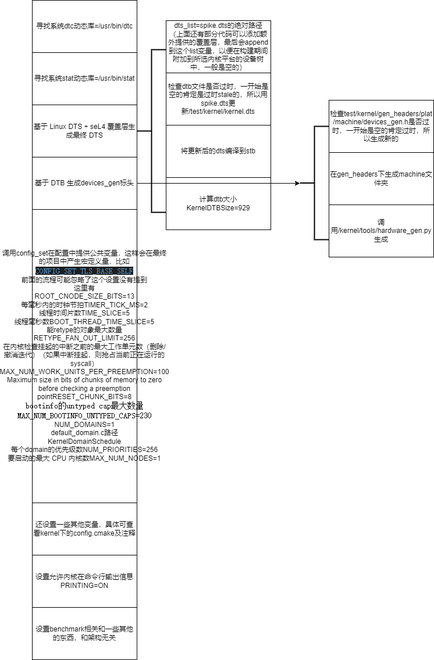
Earlier version of the draw.io export images/03.29/cmake2.png (tyyteam/seL4-oscompProblemSolutions). Source tidied: cells renumbered, new cells last; positions are measured from the earlier drawing's top-left corner, leaving out a move shared by most shapes.
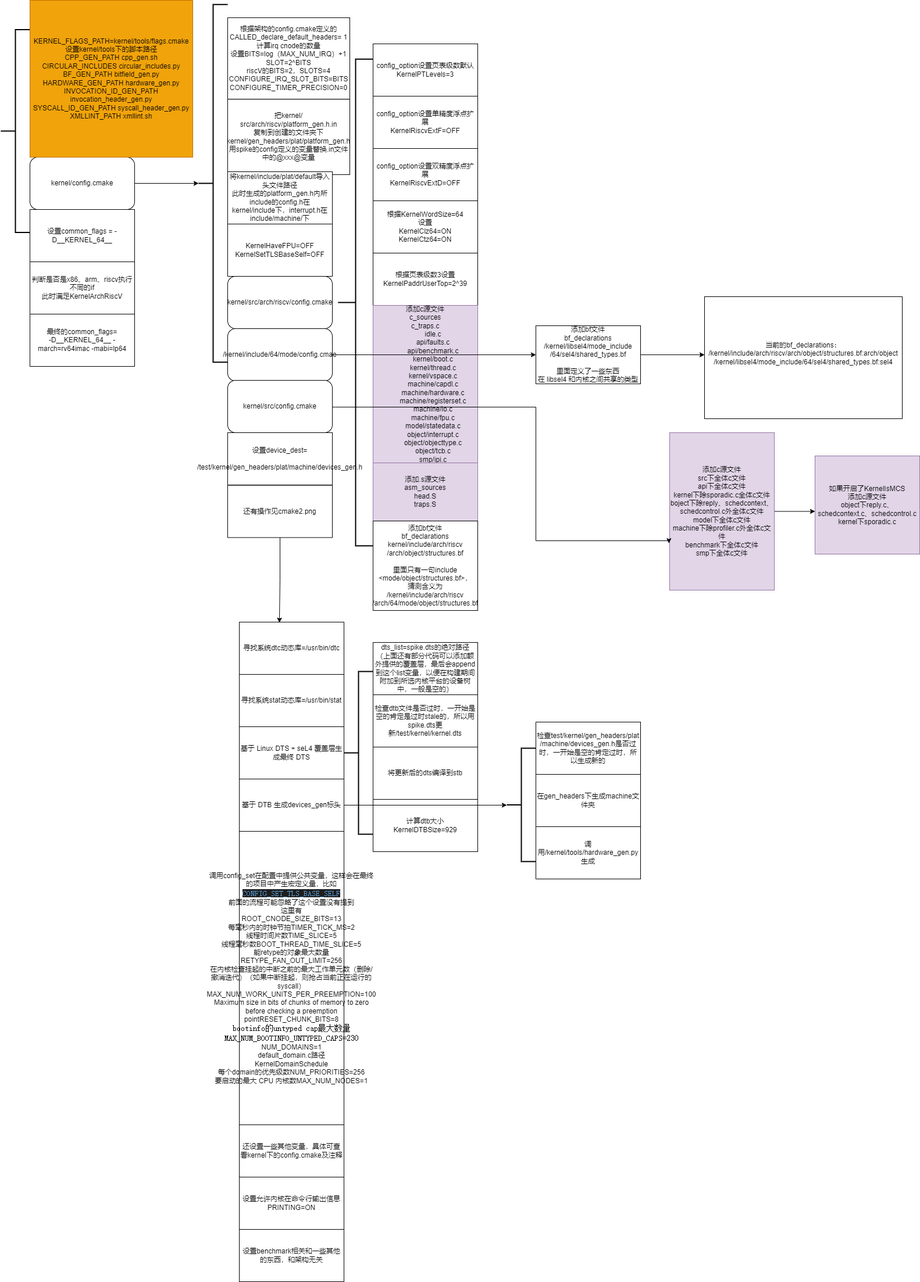
Later version of the same file.

Change to the diagram source:
```diff
@@ -58,5 +58,127 @@
     <mxCell id="19" value="设置benchmark相关和一些其他的东西，和架构无关" style="rounded=0;whiteSpace=wrap;html=1;" parent="1" vertex="1">
       <mxGeometry y="1045" width="180" height="90" as="geometry" />
     </mxCell>
+    <mxCell id="20" style="strokeWidth=2;html=1;shape=mxgraph.flowchart.annotation_2;align=left;labelPosition=right;" parent="1" vertex="1">
+      <mxGeometry x="-410" y="-1019.5" width="50" height="349" as="geometry" />
+    </mxCell>
+    <mxCell id="21" value="KERNEL_FLAGS_PATH=kernel/tools/flags.cmake&lt;br&gt;&lt;div&gt;设置kernel/tools下的脚本路径&lt;/div&gt;&lt;div&gt;CPP_GEN_PATH cpp_gen.sh&lt;/div&gt;&lt;div&gt;CIRCULAR_INCLUDES circular_includes.py&lt;/div&gt;&lt;div&gt;BF_GEN_PATH bitfield_gen.py&lt;/div&gt;&lt;div&gt;HARDWARE_GEN_PATH hardware_gen.py&lt;/div&gt;&lt;div&gt;INVOCATION_ID_GEN_PATH invocation_header_gen.py&lt;/div&gt;&lt;div&gt;SYSCALL_ID_GEN_PATH syscall_header_gen.py&lt;/div&gt;&lt;div&gt;XMLLINT_PATH xmllint.sh&lt;/div&gt;" style="rounded=0;whiteSpace=wrap;html=1;fillColor=#f0a30a;fontColor=#000000;strokeColor=#BD7000;" parent="1" vertex="1">
+      <mxGeometry x="-360" y="-1070" width="280" height="270" as="geometry" />
+    </mxCell>
+    <mxCell id="22" style="edgeStyle=orthogonalEdgeStyle;rounded=0;jettySize=auto;html=1;" parent="1" edge="1" source="23">
+      <mxGeometry relative="1" as="geometry">
+        <mxPoint x="-70" y="-755" as="targetPoint" />
+      </mxGeometry>
+    </mxCell>
+    <mxCell id="23" value="kernel/config.cmake" style="rounded=1;whiteSpace=wrap;html=1;" parent="1" vertex="1">
+      <mxGeometry x="-360" y="-800" width="180" height="90" as="geometry" />
+    </mxCell>
+    <mxCell id="24" style="strokeWidth=2;html=1;shape=mxgraph.flowchart.annotation_2;align=left;labelPosition=right;" parent="1" vertex="1">
+      <mxGeometry x="-70" y="-1062.8" width="50" height="615.6" as="geometry" />
+    </mxCell>
+    <mxCell id="25" value="根据架构的config.cmake定义的&lt;br&gt;CALLED_declare_default_headers= 1&lt;br&gt;计算irq cnode的数量&lt;br&gt;设置BITS=log（MAX_NUM_IRQ）+1&lt;br&gt;SLOT=2^BITS&lt;br&gt;riscV的BITS=2，SLOTS=4&lt;br&gt;CONFIGURE_IRQ_SLOT_BITS=BITS&lt;br&gt;CONFIGURE_TIMER_PRECISION=0&lt;br&gt;" style="rounded=0;whiteSpace=wrap;html=1;" parent="1" vertex="1">
+      <mxGeometry x="-20" y="-1040" width="210" height="140" as="geometry" />
+    </mxCell>
+    <mxCell id="26" value="把kernel/&lt;br&gt;src/arch/riscv/platform_gen.h.in&lt;br&gt;复制到创建的文件夹下kernel/gen_headers/plat/platform_gen.h&lt;br&gt;用spike的config定义的变量替换.in文件中的@xxx@变量&lt;br&gt;" style="rounded=0;whiteSpace=wrap;html=1;" parent="1" vertex="1">
+      <mxGeometry x="-20" y="-899.8" width="210" height="129.8" as="geometry" />
+    </mxCell>
+    <mxCell id="27" value="将kernel/include/plat/default导入头文件路径&lt;br&gt;此时生成的platform_gen.h内所include的config.h在kernel/include下，interrupt.h在include/machine/下" style="rounded=0;whiteSpace=wrap;html=1;" parent="1" vertex="1">
+      <mxGeometry x="-20" y="-775" width="180" height="90" as="geometry" />
+    </mxCell>
+    <mxCell id="28" value="KernelHaveFPU=OFF&lt;br&gt;KernelSetTLSBaseSelf=OFF" style="rounded=0;whiteSpace=wrap;html=1;" parent="1" vertex="1">
+      <mxGeometry x="-20" y="-685" width="180" height="90" as="geometry" />
+    </mxCell>
+    <mxCell id="29" value="kernel/src/arch/riscv/config.cmake" style="rounded=1;whiteSpace=wrap;html=1;" parent="1" vertex="1">
+      <mxGeometry x="-20" y="-595" width="180" height="90" as="geometry" />
+    </mxCell>
+    <mxCell id="30" style="strokeWidth=2;html=1;shape=mxgraph.flowchart.annotation_2;align=left;labelPosition=right;" parent="1" vertex="1">
+      <mxGeometry x="170" y="-968.8" width="60" height="837.5" as="geometry" />
+    </mxCell>
+    <mxCell id="31" value="config_option设置页表级数默认&lt;br&gt;KernelPTLevels=3" style="rounded=0;whiteSpace=wrap;html=1;" parent="1" vertex="1">
+      <mxGeometry x="230" y="-995" width="180" height="90" as="geometry" />
+    </mxCell>
+    <mxCell id="32" value="config_option设置单精度浮点扩展&lt;br&gt;KernelRiscvExtF=OFF" style="rounded=0;whiteSpace=wrap;html=1;" parent="1" vertex="1">
+      <mxGeometry x="230" y="-905" width="180" height="90" as="geometry" />
+    </mxCell>
+    <mxCell id="33" value="config_option设置双精度浮点扩展&lt;br&gt;KernelRiscvExtD=OFF" style="rounded=0;whiteSpace=wrap;html=1;" parent="1" vertex="1">
+      <mxGeometry x="230" y="-815" width="180" height="90" as="geometry" />
+    </mxCell>
+    <mxCell id="34" value="根据KernelWordSize=64&lt;br&gt;设置&lt;br&gt;KernelClz64=ON&lt;br&gt;KernelCtz64=ON" style="rounded=0;whiteSpace=wrap;html=1;" parent="1" vertex="1">
+      <mxGeometry x="230" y="-725" width="180" height="90" as="geometry" />
+    </mxCell>
+    <mxCell id="35" value="根据页表级数3设置&lt;br&gt;KernelPaddrUserTop=2^39" style="rounded=0;whiteSpace=wrap;html=1;" parent="1" vertex="1">
+      <mxGeometry x="230" y="-635" width="180" height="90" as="geometry" />
+    </mxCell>
+    <mxCell id="36" value="添加c源文件&lt;br&gt;c_sources&lt;br&gt;&lt;div&gt;&lt;span&gt;&#9;&lt;/span&gt;c_traps.c&lt;/div&gt;&lt;div&gt;&amp;nbsp; &amp;nbsp; &amp;nbsp; &amp;nbsp; idle.c&lt;/div&gt;&lt;div&gt;&amp;nbsp; &amp;nbsp; &amp;nbsp; &amp;nbsp; api/faults.c&lt;/div&gt;&lt;div&gt;&amp;nbsp; &amp;nbsp; &amp;nbsp; &amp;nbsp; api/benchmark.c&lt;/div&gt;&lt;div&gt;&amp;nbsp; &amp;nbsp; &amp;nbsp; &amp;nbsp; kernel/boot.c&lt;/div&gt;&lt;div&gt;&amp;nbsp; &amp;nbsp; &amp;nbsp; &amp;nbsp; kernel/thread.c&lt;/div&gt;&lt;div&gt;&amp;nbsp; &amp;nbsp; &amp;nbsp; &amp;nbsp; kernel/vspace.c&lt;/div&gt;&lt;div&gt;&amp;nbsp; &amp;nbsp; &amp;nbsp; &amp;nbsp; machine/capdl.c&lt;/div&gt;&lt;div&gt;&amp;nbsp; &amp;nbsp; &amp;nbsp; &amp;nbsp; machine/hardware.c&lt;/div&gt;&lt;div&gt;&amp;nbsp; &amp;nbsp; &amp;nbsp; &amp;nbsp; machine/registerset.c&lt;/div&gt;&lt;div&gt;&amp;nbsp; &amp;nbsp; &amp;nbsp; &amp;nbsp; machine/io.c&lt;/div&gt;&lt;div&gt;&amp;nbsp; &amp;nbsp; &amp;nbsp; &amp;nbsp; machine/fpu.c&lt;/div&gt;&lt;div&gt;&amp;nbsp; &amp;nbsp; &amp;nbsp; &amp;nbsp; model/statedata.c&lt;/div&gt;&lt;div&gt;&amp;nbsp; &amp;nbsp; &amp;nbsp; &amp;nbsp; object/interrupt.c&lt;/div&gt;&lt;div&gt;&amp;nbsp; &amp;nbsp; &amp;nbsp; &amp;nbsp; object/objecttype.c&lt;/div&gt;&lt;div&gt;&amp;nbsp; &amp;nbsp; &amp;nbsp; &amp;nbsp; object/tcb.c&lt;/div&gt;&lt;div&gt;&amp;nbsp; &amp;nbsp; &amp;nbsp; &amp;nbsp; smp/ipi.c&lt;/div&gt;" style="rounded=0;whiteSpace=wrap;html=1;fillColor=#e1d5e7;strokeColor=#9673a6;" parent="1" vertex="1">
+      <mxGeometry x="230" y="-545" width="180" height="271" as="geometry" />
+    </mxCell>
+    <mxCell id="37" value="添加.s源文件&lt;br&gt;asm_sources&lt;br&gt;head.S&lt;br&gt;traps.S" style="rounded=0;whiteSpace=wrap;html=1;fillColor=#e1d5e7;strokeColor=#9673a6;" parent="1" vertex="1">
+      <mxGeometry x="230" y="-274" width="180" height="100" as="geometry" />
+    </mxCell>
+    <mxCell id="38" value="添加bf文件&lt;br&gt;bf_declarations&lt;br&gt;kernel/include/arch/riscv&lt;br&gt;/arch/object/structures.bf&lt;br&gt;&lt;br&gt;里面只有一句include &amp;lt;mode/object/structures.bf&amp;gt;，&lt;br&gt;猜测含义为&lt;br&gt;/kernel/include/arch/riscv&lt;br&gt;/arch/64/mode/object/structures.bf" style="rounded=0;whiteSpace=wrap;html=1;" parent="1" vertex="1">
+      <mxGeometry x="230" y="-174" width="180" height="154" as="geometry" />
+    </mxCell>
+    <mxCell id="39" style="edgeStyle=orthogonalEdgeStyle;rounded=0;jettySize=auto;html=1;" parent="1" edge="1" source="40">
+      <mxGeometry relative="1" as="geometry">
+        <mxPoint x="510" y="-460" as="targetPoint" />
+      </mxGeometry>
+    </mxCell>
+    <mxCell id="40" value="/kernel/include/64/mode/config.cmae" style="rounded=1;whiteSpace=wrap;html=1;" parent="1" vertex="1">
+      <mxGeometry x="-20" y="-505" width="180" height="90" as="geometry" />
+    </mxCell>
+    <mxCell id="41" style="edgeStyle=orthogonalEdgeStyle;rounded=0;jettySize=auto;html=1;" parent="1" edge="1" source="42">
+      <mxGeometry relative="1" as="geometry">
+        <mxPoint x="800" y="-460" as="targetPoint" />
+      </mxGeometry>
+    </mxCell>
+    <mxCell id="42" value="添加bf文件&lt;br&gt;bf_declarations&lt;br&gt;/kernel/libsel4/mode_include&lt;br&gt;/64/sel4/shared_types.bf&lt;br&gt;&lt;br&gt;里面定义了一些东西&lt;br&gt;在 libsel4 和内核之间共享的类型" style="rounded=0;whiteSpace=wrap;html=1;" parent="1" vertex="1">
+      <mxGeometry x="510" y="-510" width="180" height="100" as="geometry" />
+    </mxCell>
+    <mxCell id="43" value="当前的&lt;span style=&quot;color: rgba(0 , 0 , 0 , 0) ; font-family: monospace ; font-size: 0px&quot;&gt;%3CmxGraphModel%3E%3Croot%3E%3CmxCell%20id%3D%220%22%2F%3E%3CmxCell%20id%3D%221%22%20parent%3D%220%22%2F%3E%3CmxCell%20id%3D%222%22%20value%3D%22%E6%B7%BB%E5%8A%A0bf%E6%96%87%E4%BB%B6%26lt%3Bbr%26gt%3Bbf_declarations%26lt%3Bbr%26gt%3B%2Fkernel%2Flibsel4%2Fmode_include%26lt%3Bbr%26gt%3B%2F64%2Fsel4%2Fshared_types.bf%22%20style%3D%22rounded%3D0%3BwhiteSpace%3Dwrap%3Bhtml%3D1%3B%22%20vertex%3D%221%22%20parent%3D%221%22%3E%3CmxGeometry%20x%3D%221690%22%20y%3D%221570%22%20width%3D%22180%22%20height%3D%22100%22%20as%3D%22geometry%22%2F%3E%3C%2FmxCell%3E%3C%2Froot%3E%3C%2FmxGraphModel%3E&lt;/span&gt;bf_declarations：&lt;br&gt;&lt;div&gt;/kernel/include/arch/riscv/arch/object/structures.bf:arch/object&lt;/div&gt;&lt;div&gt;&lt;span&gt;/kernel/libsel4/mode_include/64/sel4/shared_types.bf:sel4&lt;/span&gt;&lt;/div&gt;&lt;div&gt;&lt;br&gt;&lt;/div&gt;" style="rounded=0;whiteSpace=wrap;html=1;" parent="1" vertex="1">
+      <mxGeometry x="800" y="-560" width="340" height="210" as="geometry" />
+    </mxCell>
+    <mxCell id="44" value="kernel/src/config.cmake" style="rounded=1;whiteSpace=wrap;html=1;" parent="1" vertex="1">
+      <mxGeometry x="-20" y="-416" width="180" height="90" as="geometry" />
+    </mxCell>
+    <mxCell id="45" style="edgeStyle=orthogonalEdgeStyle;rounded=0;jettySize=auto;html=1;entryX=0;entryY=0.565;entryDx=0;entryDy=0;entryPerimeter=0;" parent="1" edge="1" source="46" target="47">
+      <mxGeometry relative="1" as="geometry" />
+    </mxCell>
+    <mxCell id="46" value="添加c源文件&lt;br&gt;src下全体c文件&lt;br&gt;api下全体c文件&lt;br&gt;kernel下除sporadic.c全体c文件&lt;br&gt;boject下除reply、schedcontext、schedcontrol.c外全体c文件&lt;br&gt;model下全体c文件&lt;br&gt;machine下除profiler.c外全体c文件&lt;br&gt;benchmark下全体c文件&lt;br&gt;smp下全体c文件" style="rounded=0;whiteSpace=wrap;html=1;fillColor=#e1d5e7;strokeColor=#9673a6;" parent="1" vertex="1">
+      <mxGeometry x="740" y="-326" width="180" height="271" as="geometry" />
+    </mxCell>
+    <mxCell id="47" value="如果开启了KernelIsMCS&lt;br&gt;添加c源文件&lt;br&gt;object下reply.c、schedcontext.c、schedcontrol.c&lt;br&gt;kernel下sporadic.c" style="rounded=0;whiteSpace=wrap;html=1;fillColor=#e1d5e7;strokeColor=#9673a6;" parent="1" vertex="1">
+      <mxGeometry x="990" y="-286" width="180" height="169" as="geometry" />
+    </mxCell>
+    <mxCell id="48" style="edgeStyle=orthogonalEdgeStyle;rounded=0;jettySize=auto;html=1;entryX=-0.007;entryY=0.702;entryDx=0;entryDy=0;entryPerimeter=0;" parent="1" edge="1" target="46">
+      <mxGeometry relative="1" as="geometry">
+        <mxPoint x="160" y="-370" as="sourcePoint" />
+        <Array as="points">
+          <mxPoint x="165" y="-370" />
+          <mxPoint x="510" y="-370" />
+          <mxPoint x="510" y="-140" />
+          <mxPoint x="739" y="-140" />
+        </Array>
+      </mxGeometry>
+    </mxCell>
+    <mxCell id="49" value="设置device_dest=&#10;    /test/kernel/gen_headers/plat/machine/devices_gen.h" style="rounded=0;whiteSpace=wrap;html=1;" parent="1" vertex="1">
+      <mxGeometry x="-20" y="-326" width="180" height="90" as="geometry" />
+    </mxCell>
+    <mxCell id="50" value="KERNEL_FLAGS_PATH=kernel/tools/flags.cmake&lt;br&gt;&lt;div&gt;设置kernel/tools下的脚本路径&lt;/div&gt;&lt;div&gt;CPP_GEN_PATH cpp_gen.sh&lt;/div&gt;&lt;div&gt;CIRCULAR_INCLUDES circular_includes.py&lt;/div&gt;&lt;div&gt;BF_GEN_PATH bitfield_gen.py&lt;/div&gt;&lt;div&gt;HARDWARE_GEN_PATH hardware_gen.py&lt;/div&gt;&lt;div&gt;INVOCATION_ID_GEN_PATH invocation_header_gen.py&lt;/div&gt;&lt;div&gt;SYSCALL_ID_GEN_PATH syscall_header_gen.py&lt;/div&gt;&lt;div&gt;XMLLINT_PATH xmllint.sh&lt;/div&gt;" style="rounded=0;whiteSpace=wrap;html=1;fillColor=#f0a30a;fontColor=#000000;strokeColor=#BD7000;" parent="1" vertex="1">
+      <mxGeometry x="-360" y="-1070" width="280" height="270" as="geometry" />
+    </mxCell>
+    <mxCell id="51" value="设置common_flags =&amp;nbsp;-D__KERNEL_64__" style="rounded=0;whiteSpace=wrap;html=1;" parent="1" vertex="1">
+      <mxGeometry x="-360" y="-710" width="180" height="90" as="geometry" />
+    </mxCell>
+    <mxCell id="52" value="判断是否是x86、arm、riscv执行不同的if&lt;br&gt;此时满足KernelArchRiscV" style="rounded=0;whiteSpace=wrap;html=1;" parent="1" vertex="1">
+      <mxGeometry x="-360" y="-620" width="180" height="90" as="geometry" />
+    </mxCell>
+    <mxCell id="53" value="最终的common_flags=&lt;br&gt;-D__KERNEL_64__ -march=rv64imac -mabi=lp64" style="rounded=0;whiteSpace=wrap;html=1;" parent="1" vertex="1">
+      <mxGeometry x="-360" y="-530" width="180" height="90" as="geometry" />
+    </mxCell>
+    <mxCell id="54" style="edgeStyle=orthogonalEdgeStyle;rounded=0;jettySize=auto;html=1;entryX=0.383;entryY=0.011;entryDx=0;entryDy=0;entryPerimeter=0;" parent="1" edge="1" source="55" target="2">
+      <mxGeometry relative="1" as="geometry" />
+    </mxCell>
+    <mxCell id="55" value="还有操作见cmake2.png" style="rounded=0;whiteSpace=wrap;html=1;" parent="1" vertex="1">
+      <mxGeometry x="-20" y="-235.5" width="180" height="90" as="geometry" />
+    </mxCell>
   </root>
 </mxGraphModel>
```
